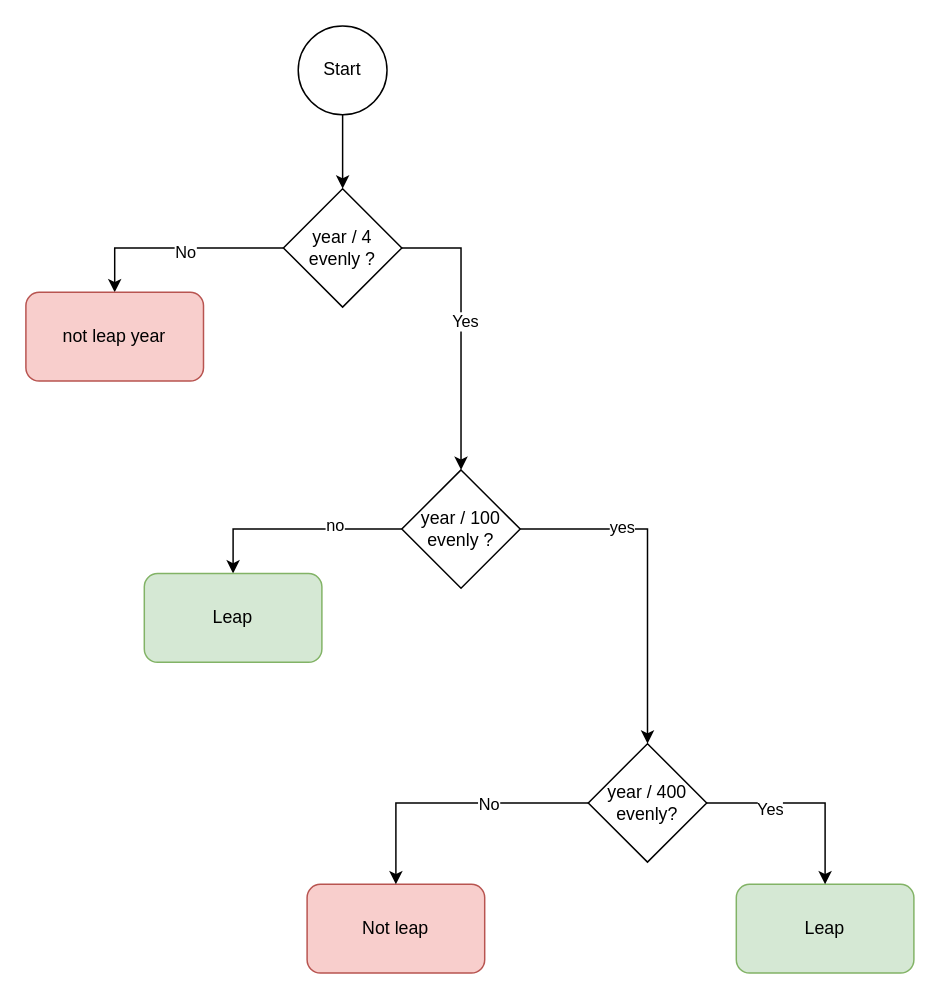
Above: leap_year.drawio in joannastolecki/100daysofcoding (draw.io), before the change. Source tidied: cells renumbered, new cells numbered last; positions are measured from the earlier drawing's top-left corner, leaving out a move shared by most shapes. Both pictures are drawn from the tidied source at 148%, with x=0, y=0 at pixel (25, 25).
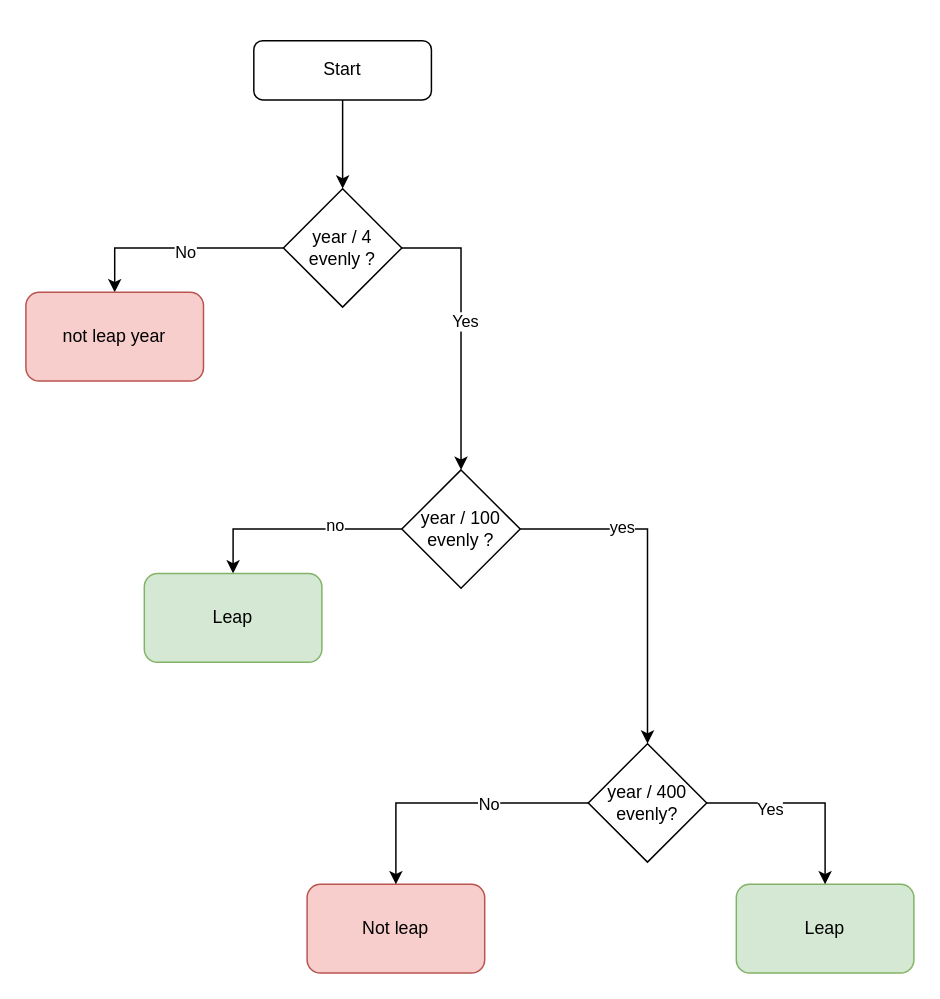
After the change.

Unchanged cells that the change refers to:
```xml
<mxCell id="6" value="year / 4&lt;br&gt;evenly ?" style="rhombus;whiteSpace=wrap;html=1;" parent="1" vertex="1">
  <mxGeometry x="174" y="110" width="80" height="80" as="geometry" />
</mxCell>
```

Change to the diagram source:
```diff
@@
-    <mxCell id="21" style="edgeStyle=orthogonalEdgeStyle;rounded=0;jettySize=auto;html=1;" parent="1" edge="1" source="22" target="6">
+    <mxCell id="21" style="edgeStyle=orthogonalEdgeStyle;rounded=0;jettySize=auto;html=1;exitX=0.5;exitY=1;exitDx=0;exitDy=0;" parent="1" edge="1" source="22" target="6">
       <mxGeometry relative="1" as="geometry" />
     </mxCell>
-    <mxCell id="22" value="Start" style="ellipse;whiteSpace=wrap;html=1;" parent="1" vertex="1">
-      <mxGeometry x="184" width="60" height="60" as="geometry" />
+    <mxCell id="22" value="Start" style="rounded=1;whiteSpace=wrap;html=1;" parent="1" vertex="1">
+      <mxGeometry x="154" y="10" width="120" height="40" as="geometry" />
     </mxCell>
```
